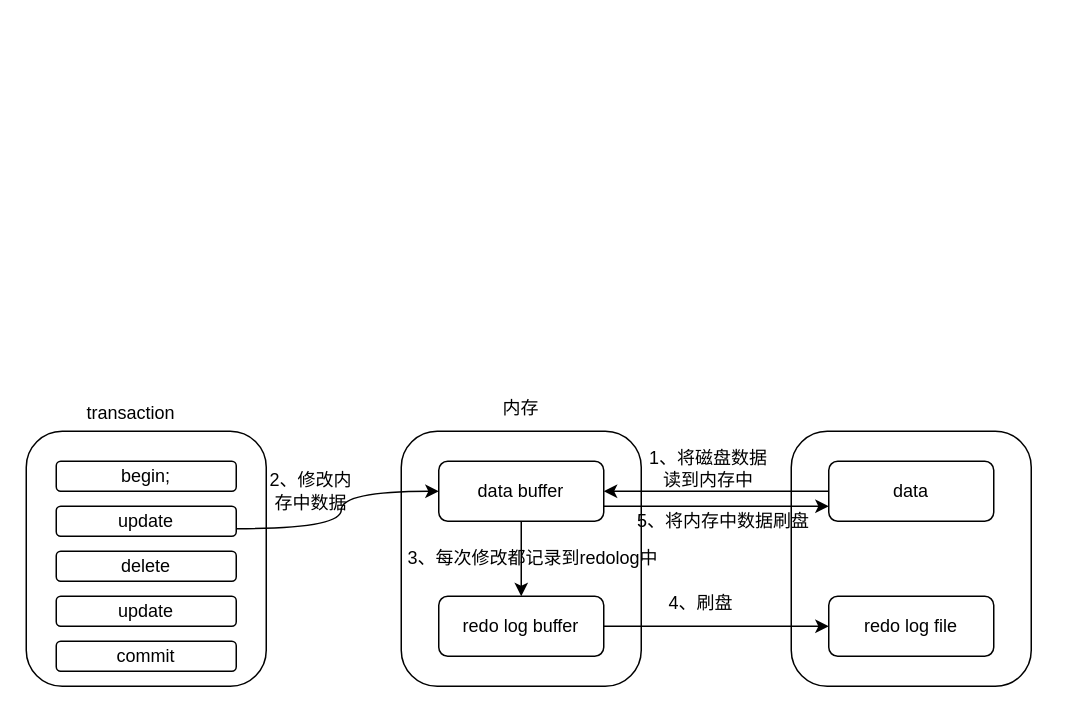
Chaimek/LearnPictures keeps this draw.io diagram as 高级/redolog.drawio. Above is the earlier version. Source tidied: cells renumbered, new cells numbered last; positions are measured from the earlier drawing's top-left corner, leaving out a move shared by most shapes. Both pictures are drawn from the tidied source at 150%, with x=0, y=0 at pixel (26, 386).
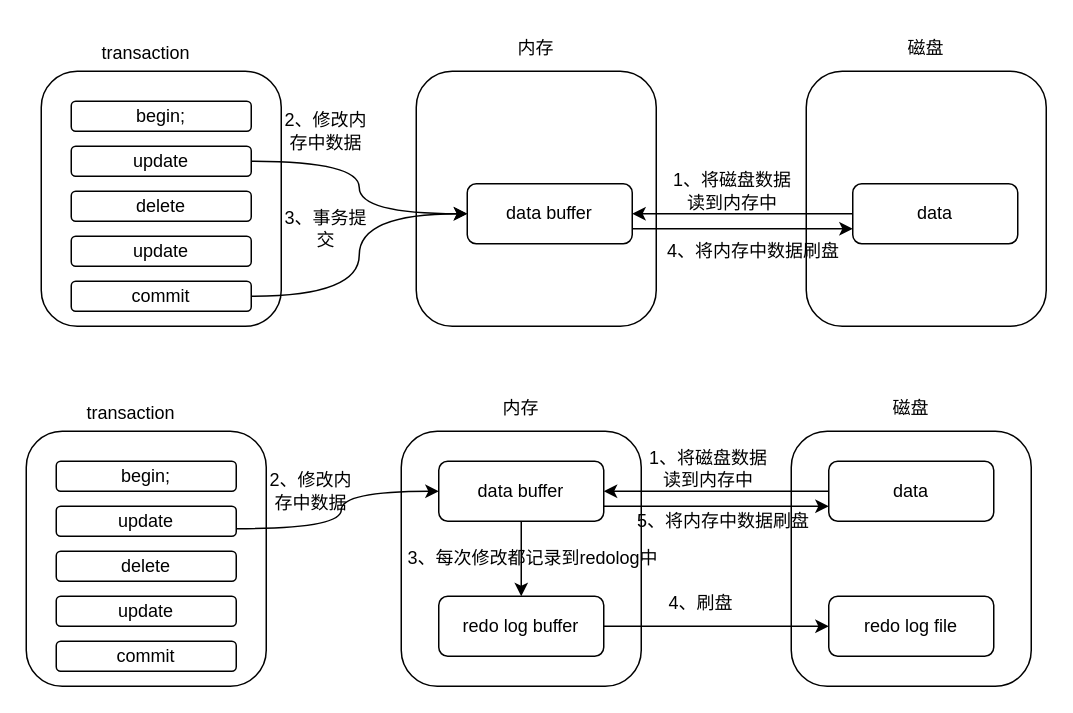
Above is the later version.

The edit, as a diff of the source:
```diff
@@
+    <mxCell id="26" style="rounded=1;whiteSpace=wrap;html=1;" parent="1" vertex="1">
+      <mxGeometry x="10" y="-210" width="160" height="170" as="geometry" />
+    </mxCell>
+    <mxCell id="27" value="&lt;div&gt;transaction&lt;/div&gt;&lt;div&gt;&lt;br&gt;&lt;/div&gt;" style="text;html=1;strokeColor=none;fillColor=none;align=center;verticalAlign=middle;whiteSpace=wrap;rounded=0;" parent="1" vertex="1">
+      <mxGeometry x="40" y="-230" width="80" height="30" as="geometry" />
+    </mxCell>
+    <mxCell id="28" value="begin;" style="rounded=1;whiteSpace=wrap;html=1;" parent="1" vertex="1">
+      <mxGeometry x="30" y="-190" width="120" height="20" as="geometry" />
+    </mxCell>
+    <mxCell id="29" value="update" style="rounded=1;whiteSpace=wrap;html=1;" parent="1" vertex="1">
+      <mxGeometry x="30" y="-160" width="120" height="20" as="geometry" />
+    </mxCell>
+    <mxCell id="30" value="delete" style="rounded=1;whiteSpace=wrap;html=1;" parent="1" vertex="1">
+      <mxGeometry x="30" y="-130" width="120" height="20" as="geometry" />
+    </mxCell>
+    <mxCell id="31" value="update" style="rounded=1;whiteSpace=wrap;html=1;" parent="1" vertex="1">
+      <mxGeometry x="30" y="-100" width="120" height="20" as="geometry" />
+    </mxCell>
+    <mxCell id="32" value="commit" style="rounded=1;whiteSpace=wrap;html=1;" parent="1" vertex="1">
+      <mxGeometry x="30" y="-70" width="120" height="20" as="geometry" />
+    </mxCell>
+    <mxCell id="33" style="rounded=1;whiteSpace=wrap;html=1;" parent="1" vertex="1">
+      <mxGeometry x="260" y="-210" width="160" height="170" as="geometry" />
+    </mxCell>
+    <mxCell id="34" value="内存" style="text;html=1;strokeColor=none;fillColor=none;align=center;verticalAlign=middle;whiteSpace=wrap;rounded=0;" parent="1" vertex="1">
+      <mxGeometry x="310" y="-240" width="60" height="30" as="geometry" />
+    </mxCell>
+    <mxCell id="35" value="data buffer" style="rounded=1;whiteSpace=wrap;html=1;" parent="1" vertex="1">
+      <mxGeometry x="294" y="-135" width="110" height="40" as="geometry" />
+    </mxCell>
+    <mxCell id="36" style="rounded=1;whiteSpace=wrap;html=1;" parent="1" vertex="1">
+      <mxGeometry x="520" y="-210" width="160" height="170" as="geometry" />
+    </mxCell>
+    <mxCell id="37" style="edgeStyle=orthogonalEdgeStyle;rounded=0;jettySize=auto;html=1;exitX=0;exitY=0.5;exitDx=0;exitDy=0;entryX=1;entryY=0.5;entryDx=0;entryDy=0;" parent="1" edge="1" source="38" target="35">
+      <mxGeometry relative="1" as="geometry" />
+    </mxCell>
+    <mxCell id="38" value="data" style="rounded=1;whiteSpace=wrap;html=1;" parent="1" vertex="1">
+      <mxGeometry x="551" y="-135" width="110" height="40" as="geometry" />
+    </mxCell>
+    <mxCell id="39" value="1、将磁盘数据读到内存中" style="text;html=1;strokeColor=none;fillColor=none;align=center;verticalAlign=middle;whiteSpace=wrap;rounded=0;" parent="1" vertex="1">
+      <mxGeometry x="426" y="-145" width="90" height="30" as="geometry" />
+    </mxCell>
+    <mxCell id="40" value="2、修改内存中数据" style="text;html=1;strokeColor=none;fillColor=none;align=center;verticalAlign=middle;whiteSpace=wrap;rounded=0;" parent="1" vertex="1">
+      <mxGeometry x="170" y="-185" width="60" height="30" as="geometry" />
+    </mxCell>
+    <mxCell id="41" style="edgeStyle=orthogonalEdgeStyle;rounded=0;jettySize=auto;html=1;exitX=1;exitY=0.75;exitDx=0;exitDy=0;entryX=0;entryY=0.75;entryDx=0;entryDy=0;" parent="1" edge="1" source="35" target="38">
+      <mxGeometry relative="1" as="geometry" />
+    </mxCell>
+    <mxCell id="42" value="4、将内存中数据刷盘" style="text;html=1;strokeColor=none;fillColor=none;align=center;verticalAlign=middle;whiteSpace=wrap;rounded=0;" parent="1" vertex="1">
+      <mxGeometry x="410" y="-105" width="150" height="30" as="geometry" />
+    </mxCell>
+    <mxCell id="43" value="3、事务提交" style="text;html=1;strokeColor=none;fillColor=none;align=center;verticalAlign=middle;whiteSpace=wrap;rounded=0;" parent="1" vertex="1">
+      <mxGeometry x="170" y="-120" width="60" height="30" as="geometry" />
+    </mxCell>
+    <mxCell id="44" style="edgeStyle=orthogonalEdgeStyle;rounded=0;jettySize=auto;html=1;exitX=1;exitY=0.5;exitDx=0;exitDy=0;entryX=0;entryY=0.5;entryDx=0;entryDy=0;curved=1;" parent="1" edge="1" source="32" target="35">
+      <mxGeometry relative="1" as="geometry" />
+    </mxCell>
+    <mxCell id="45" style="edgeStyle=orthogonalEdgeStyle;rounded=0;jettySize=auto;html=1;exitX=1;exitY=0.5;exitDx=0;exitDy=0;entryX=0;entryY=0.5;entryDx=0;entryDy=0;curved=1;" parent="1" edge="1" source="29" target="35">
+      <mxGeometry relative="1" as="geometry" />
+    </mxCell>
+    <mxCell id="46" value="磁盘" style="text;html=1;strokeColor=none;fillColor=none;align=center;verticalAlign=middle;whiteSpace=wrap;rounded=0;" parent="1" vertex="1">
+      <mxGeometry x="570" y="-240" width="60" height="30" as="geometry" />
+    </mxCell>
+    <mxCell id="47" value="磁盘" style="text;html=1;strokeColor=none;fillColor=none;align=center;verticalAlign=middle;whiteSpace=wrap;rounded=0;" parent="1" vertex="1">
+      <mxGeometry x="560" width="60" height="30" as="geometry" />
+    </mxCell>
```
